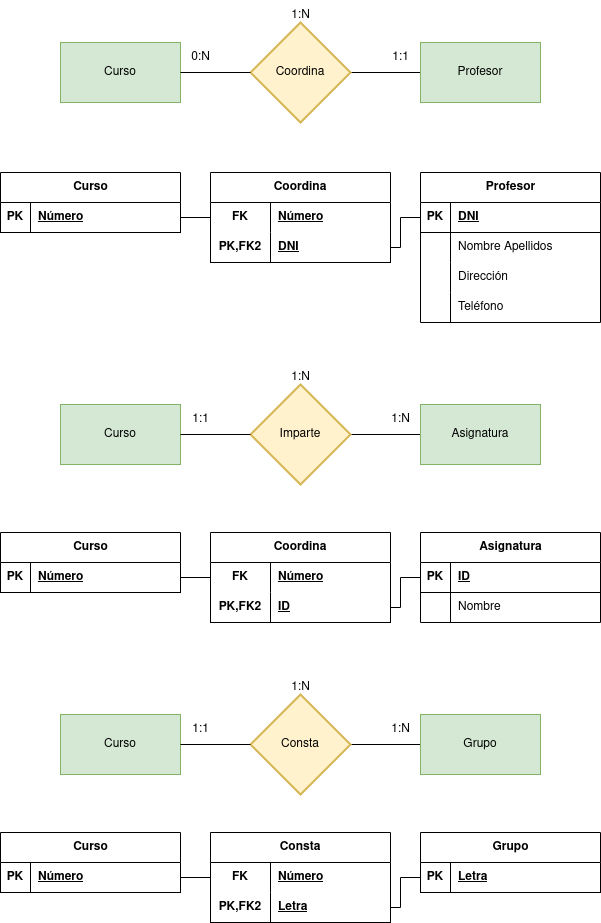
The draw.io diagram tareas 1/Ejercicio calificable docente (MR-2).drawio.png in GermanOjeda/base-datos, before a commit. Source tidied: cells renumbered, new cells last; positions are measured from the earlier drawing's top-left corner, leaving out a move shared by most shapes.
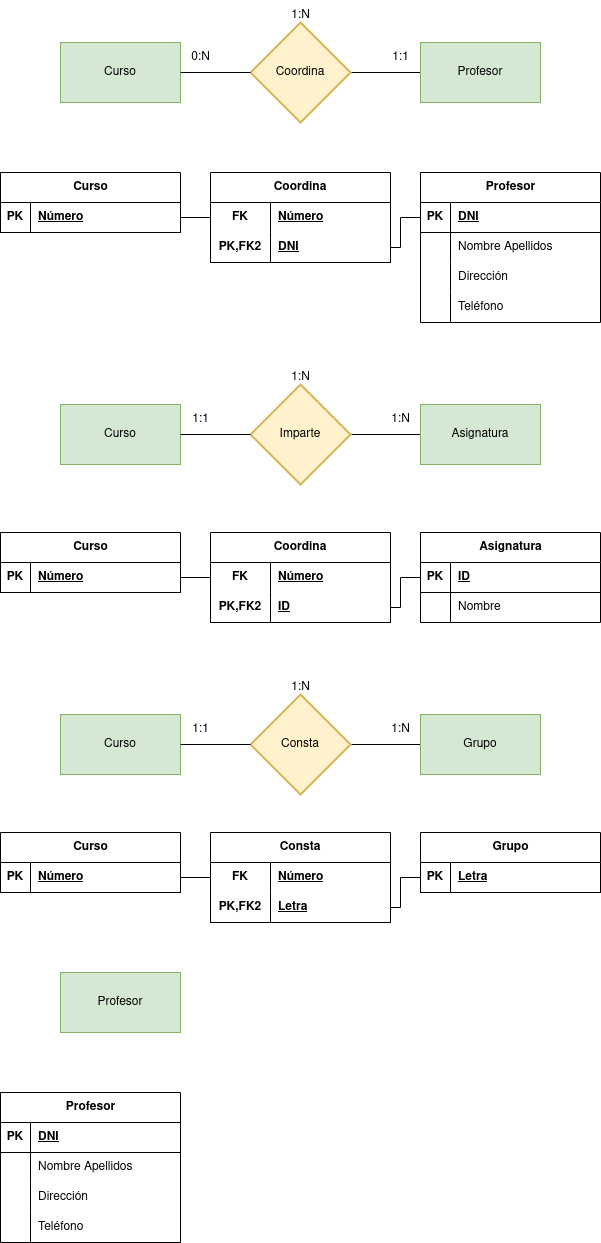
After the commit.

The edit, as a diff of the source:
```diff
@@ -268,5 +268,47 @@
     <mxCell id="88" style="edgeStyle=orthogonalEdgeStyle;rounded=0;jettySize=auto;html=1;exitX=0;exitY=0.5;exitDx=0;exitDy=0;entryX=1;entryY=0.5;entryDx=0;entryDy=0;endArrow=none;endFill=0;" parent="1" edge="1" source="77" target="84">
       <mxGeometry relative="1" as="geometry" />
     </mxCell>
+    <mxCell id="89" value="Profesor" style="shape=table;startSize=30;rowLines=0;fontStyle=1;align=center;html=1;" parent="1" vertex="1">
+      <mxGeometry y="1092" width="180" height="150" as="geometry" />
+    </mxCell>
+    <mxCell id="90" style="shape=tableRow;horizontal=0;startSize=0;swimlaneHead=0;swimlaneBody=0;fillColor=none;top=0;left=0;right=0;bottom=1;" parent="89" vertex="1">
+      <mxGeometry y="30" width="180" height="30" as="geometry" />
+    </mxCell>
+    <mxCell id="91" value="PK" style="shape=partialRectangle;fillColor=none;top=0;left=0;bottom=0;right=0;fontStyle=1;overflow=hidden;whiteSpace=wrap;html=1;" parent="90" vertex="1">
+      <mxGeometry width="30" height="30" as="geometry" />
+    </mxCell>
+    <mxCell id="92" value="DNI" style="shape=partialRectangle;fillColor=none;top=0;left=0;bottom=0;right=0;align=left;spacingLeft=6;fontStyle=5;overflow=hidden;whiteSpace=wrap;html=1;" parent="90" vertex="1">
+      <mxGeometry x="30" width="150" height="30" as="geometry" />
+    </mxCell>
+    <mxCell id="93" style="shape=tableRow;horizontal=0;startSize=0;swimlaneHead=0;swimlaneBody=0;fillColor=none;top=0;left=0;right=0;bottom=0;" parent="89" vertex="1">
+      <mxGeometry y="60" width="180" height="30" as="geometry" />
+    </mxCell>
+    <mxCell id="94" style="shape=partialRectangle;fillColor=none;top=0;left=0;bottom=0;right=0;overflow=hidden;whiteSpace=wrap;html=1;" parent="93" vertex="1">
+      <mxGeometry width="30" height="30" as="geometry" />
+    </mxCell>
+    <mxCell id="95" value="Nombre Apellidos" style="shape=partialRectangle;fillColor=none;top=0;left=0;bottom=0;right=0;align=left;spacingLeft=6;overflow=hidden;whiteSpace=wrap;html=1;" parent="93" vertex="1">
+      <mxGeometry x="30" width="150" height="30" as="geometry" />
+    </mxCell>
+    <mxCell id="96" style="shape=tableRow;horizontal=0;startSize=0;swimlaneHead=0;swimlaneBody=0;fillColor=none;top=0;left=0;right=0;bottom=0;" parent="89" vertex="1">
+      <mxGeometry y="90" width="180" height="30" as="geometry" />
+    </mxCell>
+    <mxCell id="97" style="shape=partialRectangle;fillColor=none;top=0;left=0;bottom=0;right=0;overflow=hidden;whiteSpace=wrap;html=1;" parent="96" vertex="1">
+      <mxGeometry width="30" height="30" as="geometry" />
+    </mxCell>
+    <mxCell id="98" value="Dirección" style="shape=partialRectangle;fillColor=none;top=0;left=0;bottom=0;right=0;align=left;spacingLeft=6;overflow=hidden;whiteSpace=wrap;html=1;" parent="96" vertex="1">
+      <mxGeometry x="30" width="150" height="30" as="geometry" />
+    </mxCell>
+    <mxCell id="99" style="shape=tableRow;horizontal=0;startSize=0;swimlaneHead=0;swimlaneBody=0;fillColor=none;top=0;left=0;right=0;bottom=0;" parent="89" vertex="1">
+      <mxGeometry y="120" width="180" height="30" as="geometry" />
+    </mxCell>
+    <mxCell id="100" style="shape=partialRectangle;fillColor=none;top=0;left=0;bottom=0;right=0;overflow=hidden;whiteSpace=wrap;html=1;" parent="99" vertex="1">
+      <mxGeometry width="30" height="30" as="geometry" />
+    </mxCell>
+    <mxCell id="101" value="Teléfono" style="shape=partialRectangle;fillColor=none;top=0;left=0;bottom=0;right=0;align=left;spacingLeft=6;overflow=hidden;whiteSpace=wrap;html=1;" parent="99" vertex="1">
+      <mxGeometry x="30" width="150" height="30" as="geometry" />
+    </mxCell>
+    <mxCell id="102" value="Profesor" style="rounded=0;whiteSpace=wrap;html=1;fillColor=#d5e8d4;strokeColor=#82b366;" parent="1" vertex="1">
+      <mxGeometry x="60" y="972" width="120" height="60" as="geometry" />
+    </mxCell>
   </root>
 </mxGraphModel>
```
